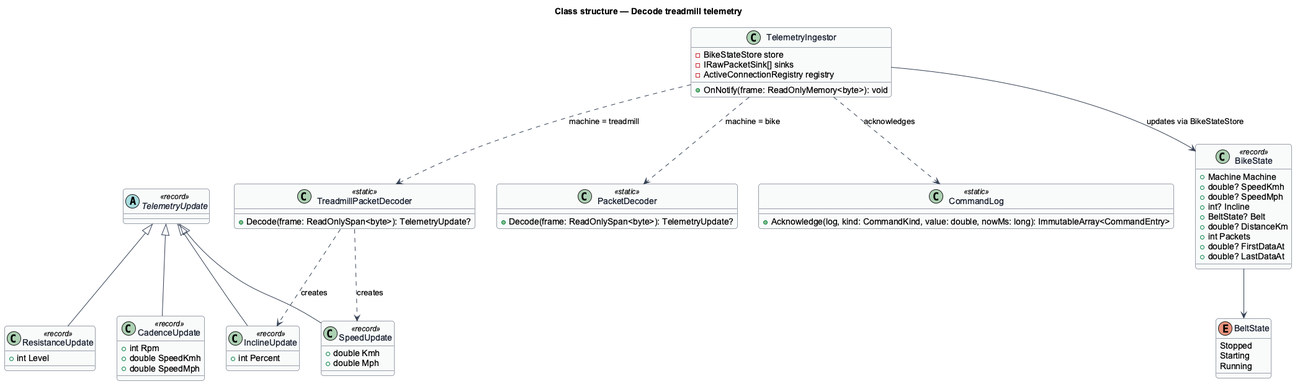
Earlier version of the PlantUML export docs/detailed-designs/treadmill/decode-treadmill-telemetry/diagrams/class-structure.png (QuinntyneBrown/ride-one).
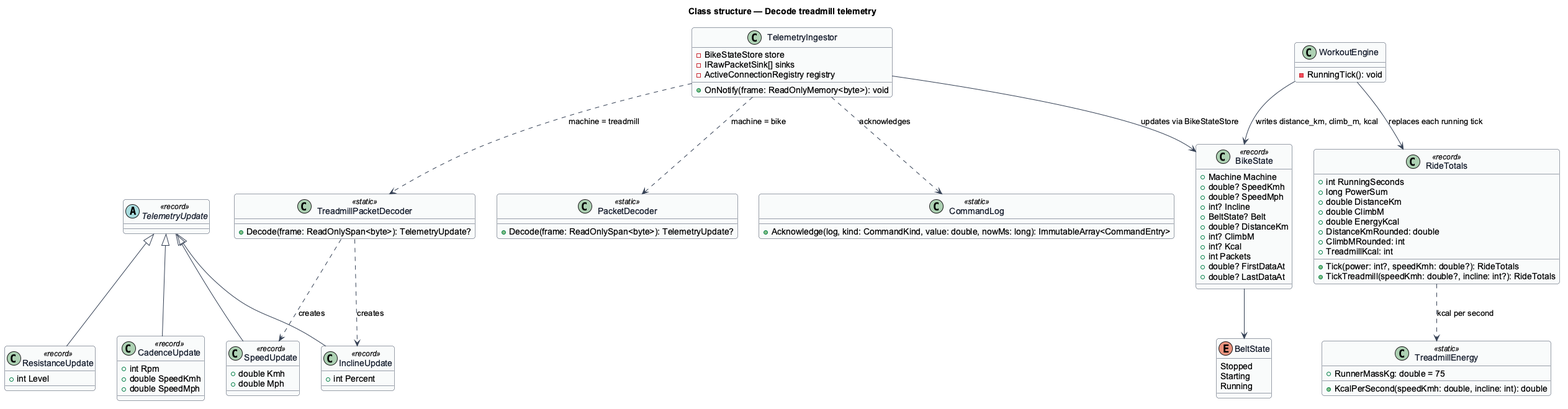
After the change.

Diff of the diagram source:
```diff
@@ -57,6 +57,28 @@
   +Acknowledge(log, kind: CommandKind, value: double, nowMs: long): ImmutableArray<CommandEntry>
 }
 
+class TreadmillEnergy <<static>> {
+  +RunnerMassKg: double = 75
+  +KcalPerSecond(speedKmh: double, incline: int): double
+}
+
+class RideTotals <<record>> {
+  +int RunningSeconds
+  +long PowerSum
+  +double DistanceKm
+  +double ClimbM
+  +double EnergyKcal
+  +Tick(power: int?, speedKmh: double?): RideTotals
+  +TickTreadmill(speedKmh: double?, incline: int?): RideTotals
+  +DistanceKmRounded: double
+  +ClimbMRounded: int
+  +TreadmillKcal: int
+}
+
+class WorkoutEngine {
+  -RunningTick(): void
+}
+
 class BikeState <<record>> {
   +Machine Machine
   +double? SpeedKmh
@@ -64,6 +86,8 @@
   +int? Incline
   +BeltState? Belt
   +double? DistanceKm
+  +int? ClimbM
+  +int? Kcal
   +int Packets
   +double? FirstDataAt
   +double? LastDataAt
@@ -80,4 +104,7 @@
 TelemetryIngestor ..> CommandLog : acknowledges
 TelemetryIngestor --> BikeState : updates via BikeStateStore
 BikeState --> BeltState
+RideTotals ..> TreadmillEnergy : kcal per second
+WorkoutEngine --> RideTotals : replaces each running tick
+WorkoutEngine --> BikeState : writes distance_km, climb_m, kcal
 @enduml
```
